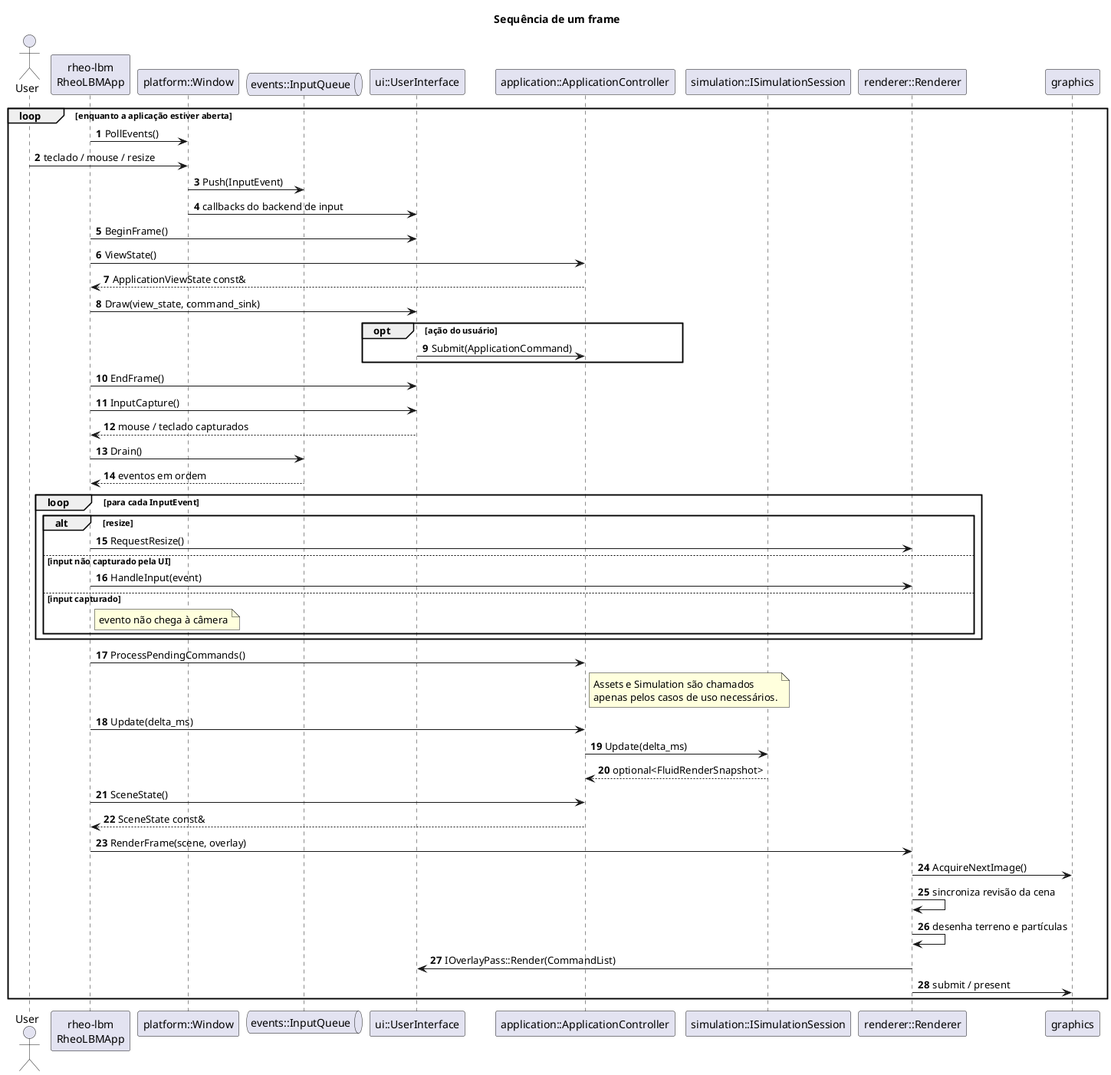
The PlantUML diagram docs/uml/05-frame-loop-sequence.png in leandro-barcelos/rheo-lbm, before a commit. Source of this version:
```plantuml
@startuml
title Sequência de um frame

skinparam backgroundColor transparent
skinparam shadowing false
autonumber

actor User
participant "rheo-lbm\nRheoLBMApp" as Root
participant "platform::Window" as Window
queue "events::InputQueue" as InputQueue
participant "ui::UserInterface" as UI
participant "application::ApplicationController" as Application
participant "simulation::ISimulationSession" as Simulation
participant "renderer::Renderer" as Renderer
participant "graphics" as Graphics

loop enquanto a aplicação estiver aberta
  Root -> Window : PollEvents()
  User -> Window : teclado / mouse / resize
  Window -> InputQueue : Push(InputEvent)
  Window -> UI : callbacks do backend de input

  Root -> UI : BeginFrame()
  Root -> Application : ViewState()
  Application --> Root : ApplicationViewState const&
  Root -> UI : Draw(view_state, command_sink)
  opt ação do usuário
    UI -> Application : Submit(ApplicationCommand)
  end
  Root -> UI : EndFrame()
  Root -> UI : InputCapture()
  UI --> Root : mouse / teclado capturados

  Root -> InputQueue : Drain()
  InputQueue --> Root : eventos em ordem
  loop para cada InputEvent
    alt resize
      Root -> Renderer : RequestResize()
    else input não capturado pela UI
      Root -> Renderer : HandleInput(event)
    else input capturado
      note right of Root : evento não chega à câmera
    end
  end

  Root -> Application : ProcessPendingCommands()
  note right of Application
    Assets e Simulation são chamados
    apenas pelos casos de uso necessários.
  end note

  Root -> Application : Update(delta_ms)
  Application -> Simulation : Update(delta_ms)
  Simulation --> Application : optional<FluidRenderSnapshot>

  Root -> Application : SceneState()
  Application --> Root : SceneState const&
  Root -> Renderer : RenderFrame(scene, overlay)
  Renderer -> Graphics : AcquireNextImage()
  Renderer -> Renderer : sincroniza revisão da cena
  Renderer -> Renderer : desenha terreno e partículas
  Renderer -> UI : IOverlayPass::Render(CommandList)
  Renderer -> Graphics : submit / present
end

@enduml
```
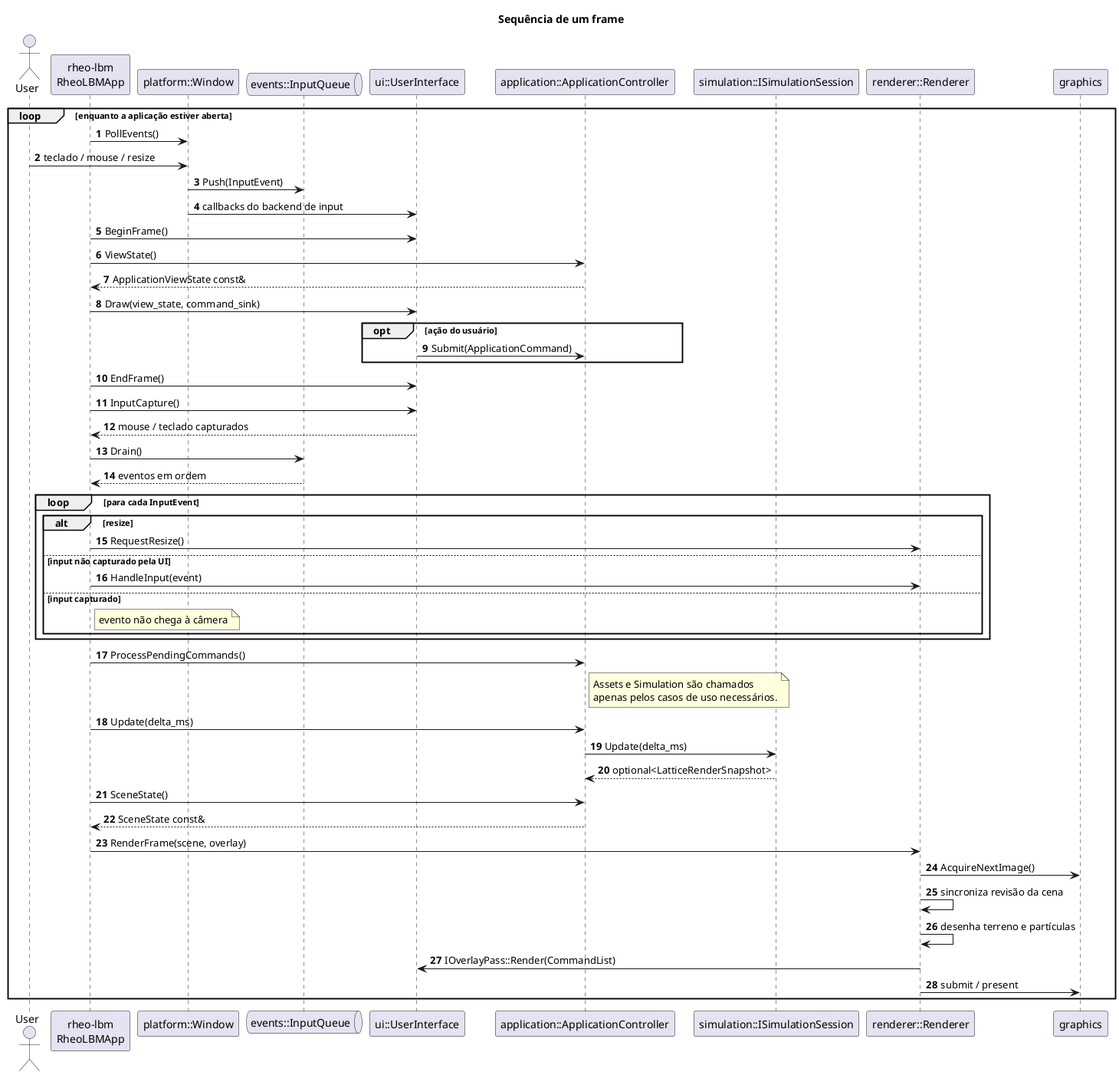
The same diagram one commit later.

Change to the diagram source:
```diff
@@ -52,7 +52,7 @@
 
   Root -> Application : Update(delta_ms)
   Application -> Simulation : Update(delta_ms)
-  Simulation --> Application : optional<FluidRenderSnapshot>
+  Simulation --> Application : optional<LatticeRenderSnapshot>
 
   Root -> Application : SceneState()
   Application --> Root : SceneState const&
```
